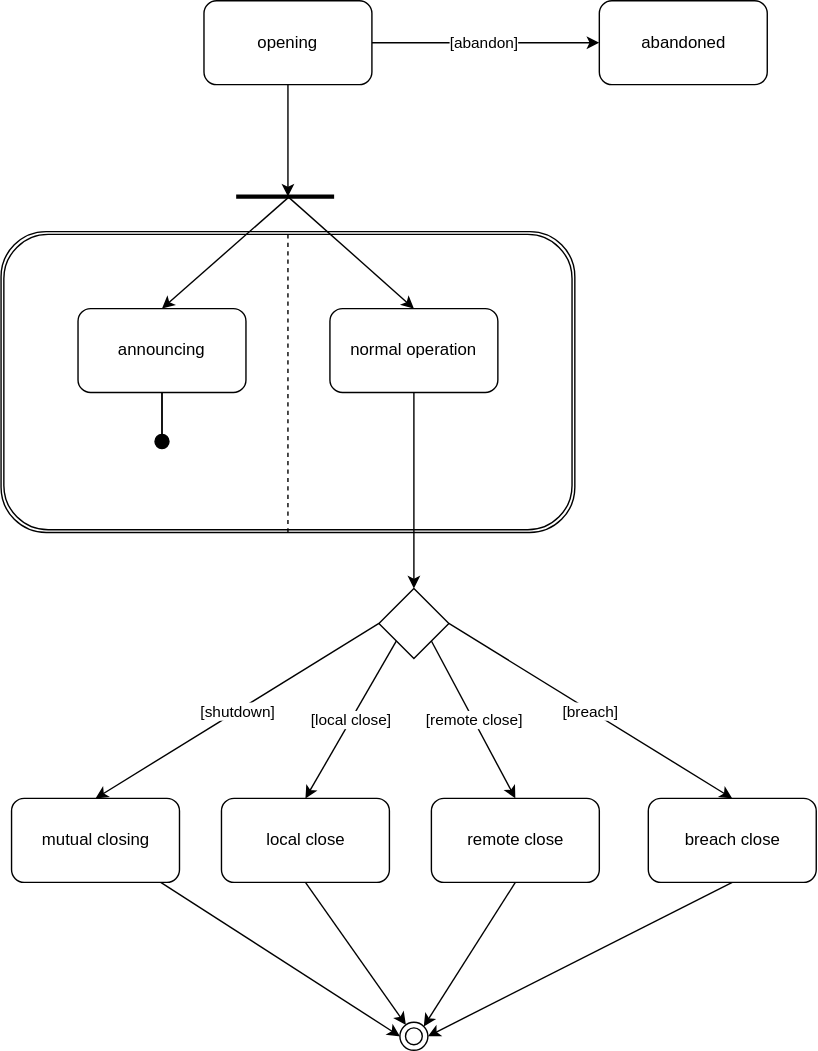
Before: docs/Channel.svg, a diagram exported from draw.io (node-lightning/node-lightning). Source tidied: cells renumbered, new cells last; positions are measured from the earlier drawing's top-left corner, leaving out a move shared by most shapes.
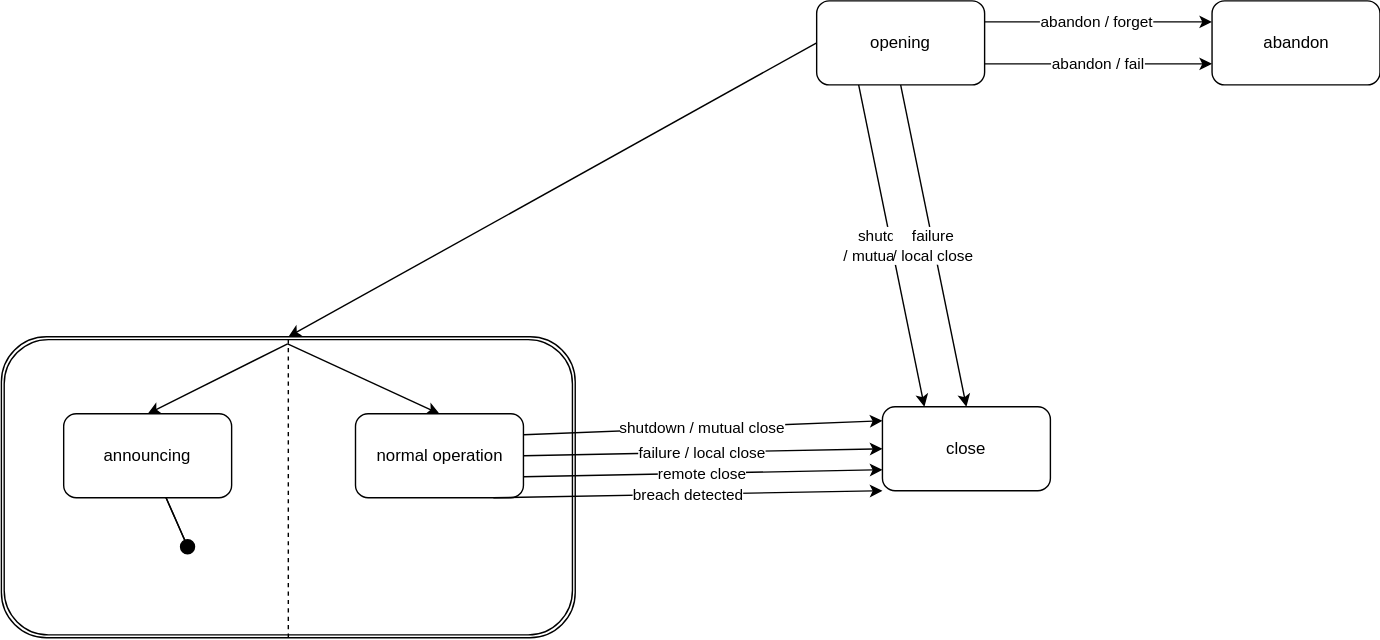
The same diagram one commit later.

Commit message:
docs: additional clean up of failure states for open channel

The edit, as a diff of the source:
```diff
@@ -3,103 +3,76 @@
     <mxCell id="0" />
     <mxCell id="1" parent="0" />
     <mxCell id="2" style="shape=ext;double=1;rounded=1;whiteSpace=wrap;html=1;" parent="1" vertex="1">
-      <mxGeometry y="165" width="410" height="215" as="geometry" />
+      <mxGeometry x="-437.5" y="240" width="410" height="215" as="geometry" />
     </mxCell>
     <mxCell id="3" style="rounded=0;jettySize=auto;html=1;entryX=0.5;entryY=0;entryDx=0;entryDy=0;" parent="1" edge="1" target="9">
       <mxGeometry relative="1" as="geometry">
-        <mxPoint x="205" y="140" as="sourcePoint" />
+        <mxPoint x="-233" y="245" as="sourcePoint" />
       </mxGeometry>
     </mxCell>
-    <mxCell id="4" value="[abandon]" style="edgeStyle=orthogonalEdgeStyle;rounded=0;jettySize=auto;html=1;curved=1;" parent="1" edge="1" source="6" target="7">
+    <mxCell id="4" value="abandon / forget" style="edgeStyle=orthogonalEdgeStyle;rounded=0;jettySize=auto;html=1;curved=1;exitX=1;exitY=0.25;exitDx=0;exitDy=0;entryX=0;entryY=0.25;entryDx=0;entryDy=0;" parent="1" edge="1" source="6" target="7">
       <mxGeometry x="-0.02" relative="1" as="geometry" />
     </mxCell>
-    <mxCell id="5" style="edgeStyle=none;rounded=0;jettySize=auto;html=1;startArrow=none;startFill=0;endArrow=classic;endFill=1;" parent="1" edge="1" source="6">
-      <mxGeometry relative="1" as="geometry">
-        <mxPoint x="205" y="140" as="targetPoint" />
-      </mxGeometry>
+    <mxCell id="5" style="edgeStyle=none;rounded=0;jettySize=auto;html=1;startArrow=none;startFill=0;endArrow=classic;endFill=1;entryX=0.5;entryY=0;entryDx=0;entryDy=0;exitX=0;exitY=0.5;exitDx=0;exitDy=0;" parent="1" edge="1" source="6" target="2">
+      <mxGeometry relative="1" as="geometry" />
     </mxCell>
+    <mxCell id="32" value="abandon / fail" style="edgeStyle=none;rounded=0;jettySize=auto;html=1;exitX=1;exitY=0.75;exitDx=0;exitDy=0;entryX=0;entryY=0.75;entryDx=0;entryDy=0;startArrow=none;startFill=0;endArrow=classic;endFill=1;strokeWidth=1;" parent="1" edge="1" source="6" target="7">
+      <mxGeometry relative="1" as="geometry" />
+    </mxCell>
+    <mxCell id="33" value="shutdown&lt;br&gt;/ mutual close" style="edgeStyle=none;rounded=0;jettySize=auto;html=1;exitX=0.25;exitY=1;exitDx=0;exitDy=0;entryX=0.25;entryY=0;entryDx=0;entryDy=0;startArrow=none;startFill=0;endArrow=classic;endFill=1;strokeWidth=1;" parent="1" edge="1" source="6" target="11">
+      <mxGeometry relative="1" as="geometry" />
+    </mxCell>
+    <mxCell id="34" value="failure &lt;br&gt;/ local close" style="edgeStyle=none;rounded=0;jettySize=auto;html=1;exitX=0.5;exitY=1;exitDx=0;exitDy=0;entryX=0.5;entryY=0;entryDx=0;entryDy=0;startArrow=none;startFill=0;endArrow=classic;endFill=1;strokeWidth=1;" parent="1" edge="1" source="6" target="11">
+      <mxGeometry relative="1" as="geometry" />
+    </mxCell>
     <mxCell id="6" value="opening" style="rounded=1;whiteSpace=wrap;html=1;" parent="1" vertex="1">
       <mxGeometry x="145" width="120" height="60" as="geometry" />
     </mxCell>
-    <mxCell id="7" value="abandoned" style="rounded=1;whiteSpace=wrap;html=1;" parent="1" vertex="1">
+    <mxCell id="7" value="abandon" style="rounded=1;whiteSpace=wrap;html=1;" parent="1" vertex="1">
       <mxGeometry x="427.5" width="120" height="60" as="geometry" />
     </mxCell>
-    <mxCell id="8" style="edgeStyle=none;rounded=0;jettySize=auto;html=1;exitX=0.5;exitY=1;exitDx=0;exitDy=0;entryX=0.5;entryY=0;entryDx=0;entryDy=0;startArrow=none;startFill=0;endArrow=classic;endFill=1;strokeWidth=1;" parent="1" edge="1" source="9" target="31">
-      <mxGeometry relative="1" as="geometry" />
-    </mxCell>
     <mxCell id="9" value="normal operation" style="rounded=1;whiteSpace=wrap;html=1;" parent="1" vertex="1">
-      <mxGeometry x="235" y="220" width="120" height="60" as="geometry" />
+      <mxGeometry x="-184.5" y="295" width="120" height="60" as="geometry" />
     </mxCell>
-    <mxCell id="10" style="rounded=0;jettySize=auto;html=1;entryX=0;entryY=0.5;entryDx=0;entryDy=0;" parent="1" edge="1" source="11" target="12">
-      <mxGeometry relative="1" as="geometry" />
-    </mxCell>
-    <mxCell id="11" value="mutual closing" style="whiteSpace=wrap;html=1;rounded=1;" parent="1" vertex="1">
-      <mxGeometry x="7.5" y="570" width="120" height="60" as="geometry" />
+    <mxCell id="11" value="close" style="whiteSpace=wrap;html=1;rounded=1;" parent="1" vertex="1">
+      <mxGeometry x="192" y="290" width="120" height="60" as="geometry" />
     </mxCell>
-    <mxCell id="12" style="ellipse;shape=doubleEllipse;whiteSpace=wrap;html=1;" parent="1" vertex="1">
-      <mxGeometry x="285" y="730" width="20" height="20" as="geometry" />
-    </mxCell>
     <mxCell id="13" style="edgeStyle=none;rounded=0;jettySize=auto;html=1;endArrow=none;endFill=0;" parent="1" edge="1" source="14" target="18">
       <mxGeometry relative="1" as="geometry" />
     </mxCell>
     <mxCell id="14" value="announcing" style="rounded=1;whiteSpace=wrap;html=1;" parent="1" vertex="1">
-      <mxGeometry x="55" y="220" width="120" height="60" as="geometry" />
+      <mxGeometry x="-393" y="295" width="120" height="60" as="geometry" />
     </mxCell>
     <mxCell id="15" style="edgeStyle=none;rounded=0;orthogonalLoop=1;jettySize=auto;html=1;exitX=0.5;exitY=0;exitDx=0;exitDy=0;endArrow=none;endFill=0;" parent="1" edge="1" source="2" target="2">
       <mxGeometry relative="1" as="geometry" />
     </mxCell>
     <mxCell id="16" style="rounded=0;jettySize=auto;html=1;entryX=0.5;entryY=0;entryDx=0;entryDy=0;" parent="1" edge="1" target="14">
       <mxGeometry relative="1" as="geometry">
-        <mxPoint x="206" y="140" as="sourcePoint" />
+        <mxPoint x="-233" y="245" as="sourcePoint" />
       </mxGeometry>
     </mxCell>
     <mxCell id="17" style="edgeStyle=none;rounded=0;jettySize=auto;html=1;startArrow=none;startFill=0;endArrow=none;endFill=0;strokeWidth=1;" parent="1" edge="1" source="18" target="14">
       <mxGeometry relative="1" as="geometry" />
     </mxCell>
     <mxCell id="18" style="ellipse;shape=doubleEllipse;whiteSpace=wrap;html=1;fillColor=#000000;" parent="1" vertex="1">
-      <mxGeometry x="110" y="310" width="10" height="10" as="geometry" />
+      <mxGeometry x="-309.5" y="385" width="10" height="10" as="geometry" />
     </mxCell>
     <mxCell id="19" style="endArrow=none;dashed=1;html=1;rounded=0;entryX=0.5;entryY=0;entryDx=0;entryDy=0;exitX=0.5;exitY=1;exitDx=0;exitDy=0;" parent="1" edge="1" source="2" target="2">
       <mxGeometry relative="1" as="geometry" />
     </mxCell>
-    <mxCell id="20" style="endArrow=none;html=1;rounded=0;strokeWidth=3;" parent="1" edge="1">
-      <mxGeometry relative="1" as="geometry">
-        <mxPoint x="168" y="140" as="sourcePoint" />
-        <mxPoint x="238" y="140" as="targetPoint" />
-      </mxGeometry>
-    </mxCell>
-    <mxCell id="21" style="edgeStyle=none;rounded=0;jettySize=auto;html=1;startArrow=none;startFill=0;endArrow=classic;endFill=1;strokeWidth=1;exitX=0.5;exitY=1;exitDx=0;exitDy=0;" parent="1" edge="1" source="22" target="12">
-      <mxGeometry relative="1" as="geometry" />
-    </mxCell>
-    <mxCell id="22" value="local close" style="whiteSpace=wrap;html=1;rounded=1;" parent="1" vertex="1">
-      <mxGeometry x="157.5" y="570" width="120" height="60" as="geometry" />
-    </mxCell>
-    <mxCell id="23" style="edgeStyle=none;rounded=0;jettySize=auto;html=1;exitX=0.5;exitY=1;exitDx=0;exitDy=0;entryX=1;entryY=0;entryDx=0;entryDy=0;startArrow=none;startFill=0;endArrow=classic;endFill=1;strokeWidth=1;" parent="1" edge="1" source="24" target="12">
-      <mxGeometry relative="1" as="geometry" />
-    </mxCell>
-    <mxCell id="24" value="remote close" style="whiteSpace=wrap;html=1;rounded=1;" parent="1" vertex="1">
-      <mxGeometry x="307.5" y="570" width="120" height="60" as="geometry" />
-    </mxCell>
-    <mxCell id="25" style="edgeStyle=none;rounded=0;jettySize=auto;html=1;exitX=0.5;exitY=1;exitDx=0;exitDy=0;entryX=1;entryY=0.5;entryDx=0;entryDy=0;startArrow=none;startFill=0;endArrow=classic;endFill=1;strokeWidth=1;" parent="1" edge="1" source="26" target="12">
-      <mxGeometry relative="1" as="geometry" />
-    </mxCell>
-    <mxCell id="26" value="breach close" style="rounded=1;whiteSpace=wrap;html=1;strokeWidth=1;fillColor=#FFFFFF;" parent="1" vertex="1">
-      <mxGeometry x="462.5" y="570" width="120" height="60" as="geometry" />
-    </mxCell>
-    <mxCell id="27" value="[shutdown]" style="edgeStyle=none;rounded=0;jettySize=auto;html=1;exitX=0;exitY=0.5;exitDx=0;exitDy=0;entryX=0.5;entryY=0;entryDx=0;entryDy=0;startArrow=none;startFill=0;endArrow=classic;endFill=1;strokeWidth=1;" parent="1" edge="1" source="31" target="11">
-      <mxGeometry relative="1" as="geometry" />
+    <mxCell id="27" value="shutdown / mutual close" style="edgeStyle=none;rounded=0;jettySize=auto;html=1;exitX=1;exitY=0.25;exitDx=0;exitDy=0;startArrow=none;startFill=0;endArrow=classic;endFill=1;strokeWidth=1;" parent="1" edge="1" source="9">
+      <mxGeometry relative="1" as="geometry">
+        <mxPoint x="192" y="300" as="targetPoint" />
+      </mxGeometry>
     </mxCell>
-    <mxCell id="28" value="[local close]" style="edgeStyle=none;rounded=0;jettySize=auto;html=1;exitX=0;exitY=1;exitDx=0;exitDy=0;entryX=0.5;entryY=0;entryDx=0;entryDy=0;startArrow=none;startFill=0;endArrow=classic;endFill=1;strokeWidth=1;" parent="1" edge="1" source="31" target="22">
+    <mxCell id="28" value="failure / local close" style="edgeStyle=none;rounded=0;jettySize=auto;html=1;exitX=1;exitY=0.5;exitDx=0;exitDy=0;startArrow=none;startFill=0;endArrow=classic;endFill=1;strokeWidth=1;entryX=0;entryY=0.5;entryDx=0;entryDy=0;" parent="1" edge="1" source="9" target="11">
       <mxGeometry relative="1" as="geometry" />
     </mxCell>
-    <mxCell id="29" value="[remote close]" style="edgeStyle=none;rounded=0;jettySize=auto;html=1;exitX=1;exitY=1;exitDx=0;exitDy=0;entryX=0.5;entryY=0;entryDx=0;entryDy=0;startArrow=none;startFill=0;endArrow=classic;endFill=1;strokeWidth=1;" parent="1" edge="1" source="31" target="24">
+    <mxCell id="29" value="remote close" style="edgeStyle=none;rounded=0;jettySize=auto;html=1;exitX=1;exitY=0.75;exitDx=0;exitDy=0;entryX=0;entryY=0.75;entryDx=0;entryDy=0;startArrow=none;startFill=0;endArrow=classic;endFill=1;strokeWidth=1;" parent="1" edge="1" source="9" target="11">
       <mxGeometry relative="1" as="geometry" />
     </mxCell>
-    <mxCell id="30" value="[breach]" style="edgeStyle=none;rounded=0;jettySize=auto;html=1;exitX=1;exitY=0.5;exitDx=0;exitDy=0;entryX=0.5;entryY=0;entryDx=0;entryDy=0;startArrow=none;startFill=0;endArrow=classic;endFill=1;strokeWidth=1;" parent="1" edge="1" source="31" target="26">
+    <mxCell id="30" value="breach detected" style="edgeStyle=none;rounded=0;jettySize=auto;html=1;exitX=0.821;exitY=1;exitDx=0;exitDy=0;entryX=0;entryY=1;entryDx=0;entryDy=0;startArrow=none;startFill=0;endArrow=classic;endFill=1;strokeWidth=1;exitPerimeter=0;" parent="1" edge="1" source="9" target="11">
       <mxGeometry relative="1" as="geometry" />
     </mxCell>
-    <mxCell id="31" style="rhombus;whiteSpace=wrap;html=1;strokeWidth=1;fillColor=#FFFFFF;" parent="1" vertex="1">
-      <mxGeometry x="270" y="420" width="50" height="50" as="geometry" />
-    </mxCell>
   </root>
 </mxGraphModel>
```
